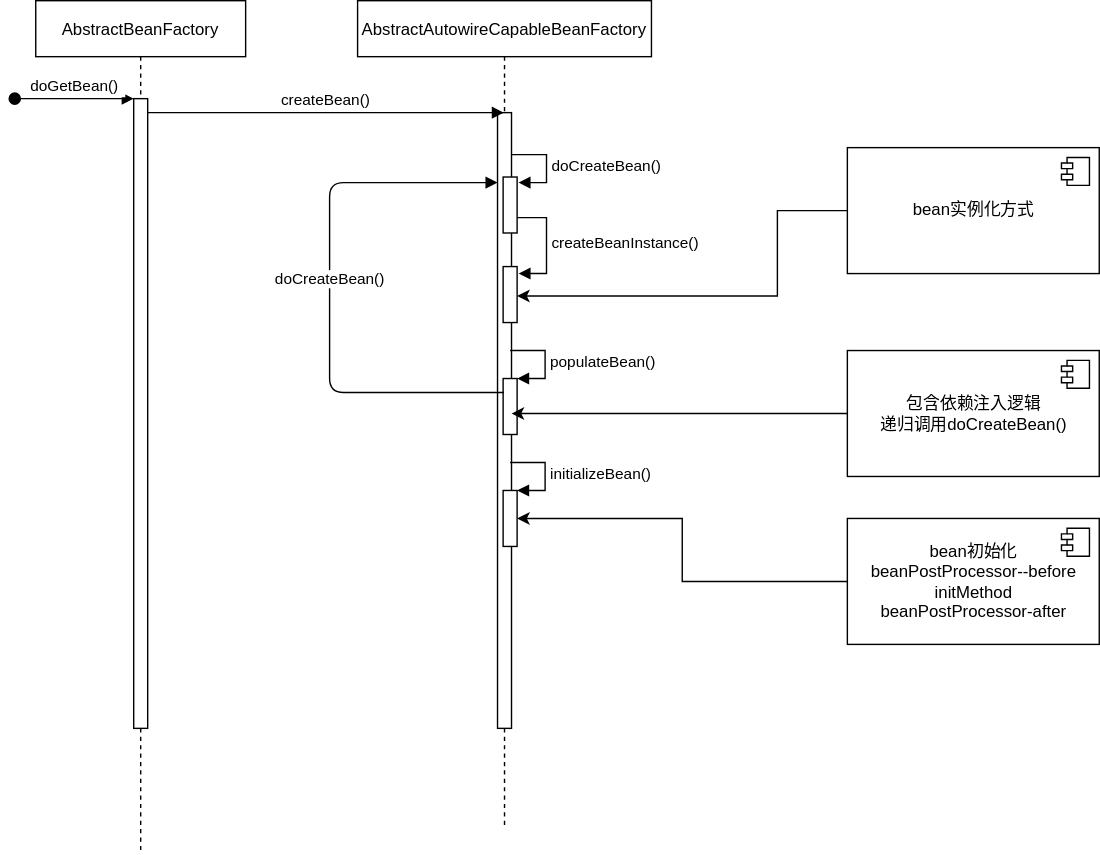
This is bean生命周期.svg from CatoyNan/imageCloud, a draw.io export, as it was before one commit. Source tidied: cells renumbered, new cells last; positions are measured from the earlier drawing's top-left corner, leaving out a move shared by most shapes.
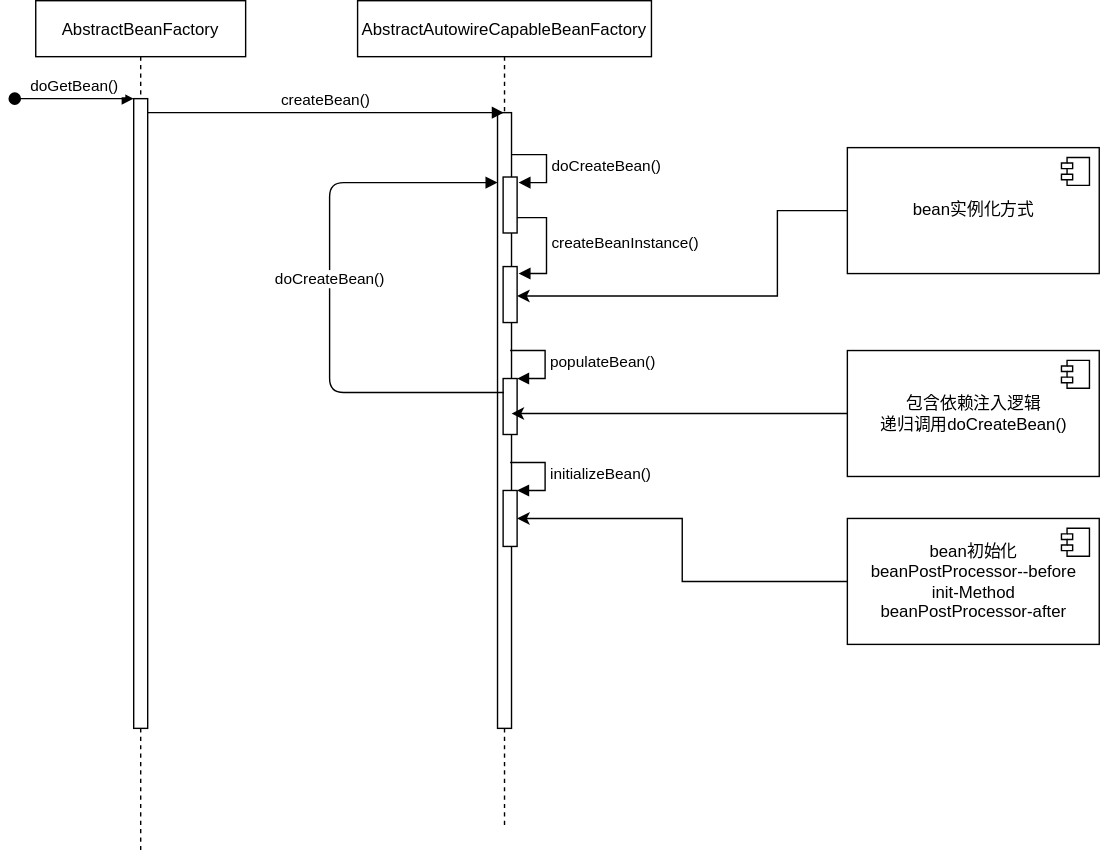
After the commit.

Commit message:
更新bean生命周期.svg

What changed in the source:
```diff
@@ -116,7 +116,7 @@
     <mxCell id="23" style="edgeStyle=orthogonalEdgeStyle;rounded=0;jettySize=auto;html=1;" parent="1" edge="1" source="24" target="12">
       <mxGeometry relative="1" as="geometry" />
     </mxCell>
-    <mxCell id="24" value="bean初始化&lt;br&gt;beanPostProcessor--before&lt;br&gt;initMethod&lt;br&gt;beanPostProcessor-after" style="html=1;" parent="1" vertex="1">
+    <mxCell id="24" value="bean初始化&lt;br&gt;beanPostProcessor--before&lt;br&gt;init-Method&lt;br&gt;beanPostProcessor-after" style="html=1;" parent="1" vertex="1">
       <mxGeometry x="595" y="370" width="180" height="90" as="geometry" />
     </mxCell>
     <mxCell id="25" style="shape=module;jettyWidth=8;jettyHeight=4;" parent="24" vertex="1">
```
